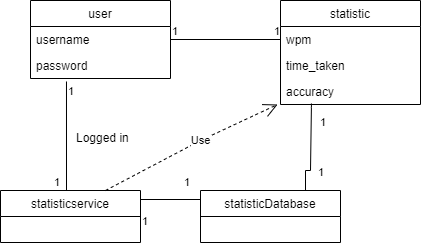
This is dokumentaatio/kuvat/sovelluslogiikka.png from schmaigul/ot-harjoitusty-, a draw.io export, as it was before one commit. Source tidied: cells renumbered, new cells last; positions are measured from the earlier drawing's top-left corner, leaving out a move shared by most shapes.
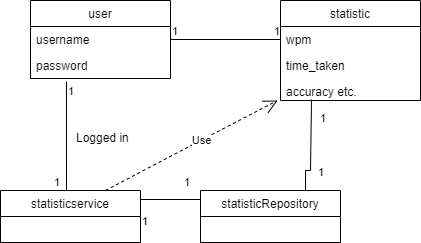
After the change.

The edit, as a diff of the source:
```diff
@@ -29,7 +29,7 @@
       <mxGeometry y="52" width="140" height="26" as="geometry" />
     </mxCell>
     <mxCell id="8" value="statistic" style="swimlane;fontStyle=0;horizontal=1;startSize=26;fillColor=none;" parent="1" vertex="1">
-      <mxGeometry x="280" width="140" height="104" as="geometry" />
+      <mxGeometry x="280" width="140" height="100" as="geometry" />
     </mxCell>
     <mxCell id="9" value="wpm" style="text;strokeColor=none;fillColor=none;align=left;verticalAlign=top;spacingLeft=4;spacingRight=4;overflow=hidden;points=[[0,0.5],[1,0.5]];portConstraint=eastwest;" parent="8" vertex="1">
       <mxGeometry y="26" width="140" height="26" as="geometry" />
@@ -37,8 +37,8 @@
     <mxCell id="10" value="time_taken" style="text;strokeColor=none;fillColor=none;align=left;verticalAlign=top;spacingLeft=4;spacingRight=4;overflow=hidden;" parent="8" vertex="1">
       <mxGeometry y="52" width="140" height="26" as="geometry" />
     </mxCell>
-    <mxCell id="11" value="accuracy" style="text;strokeColor=none;fillColor=none;align=left;verticalAlign=top;spacingLeft=4;spacingRight=4;overflow=hidden;points=[[0,0.5],[1,0.5]];portConstraint=eastwest;" parent="8" vertex="1">
-      <mxGeometry y="78" width="140" height="26" as="geometry" />
+    <mxCell id="11" value="accuracy etc." style="text;strokeColor=none;fillColor=none;align=left;verticalAlign=top;spacingLeft=4;spacingRight=4;overflow=hidden;points=[[0,0.5],[1,0.5]];portConstraint=eastwest;" parent="8" vertex="1">
+      <mxGeometry y="78" width="140" height="22" as="geometry" />
     </mxCell>
     <mxCell id="12" value="statisticservice" style="swimlane;fontStyle=0;horizontal=1;startSize=26;fillColor=none;" parent="1" vertex="1">
       <mxGeometry y="190" width="140" height="52" as="geometry" />
@@ -62,7 +62,7 @@
         <mxPoint x="-10" y="-27" as="offset" />
       </mxGeometry>
     </mxCell>
-    <mxCell id="17" value="statisticDatabase" style="swimlane;fontStyle=0;horizontal=1;startSize=26;fillColor=none;" parent="1" vertex="1">
+    <mxCell id="17" value="statisticRepository" style="swimlane;fontStyle=0;horizontal=1;startSize=26;fillColor=none;" parent="1" vertex="1">
       <mxGeometry x="200" y="190" width="140" height="52" as="geometry" />
     </mxCell>
     <mxCell id="18" style="endArrow=none;html=1;edgeStyle=orthogonalEdgeStyle;rounded=0;exitX=0.221;exitY=0.962;exitDx=0;exitDy=0;exitPerimeter=0;entryX=0.75;entryY=0;entryDx=0;entryDy=0;" parent="1" edge="1" source="11" target="17">
```
